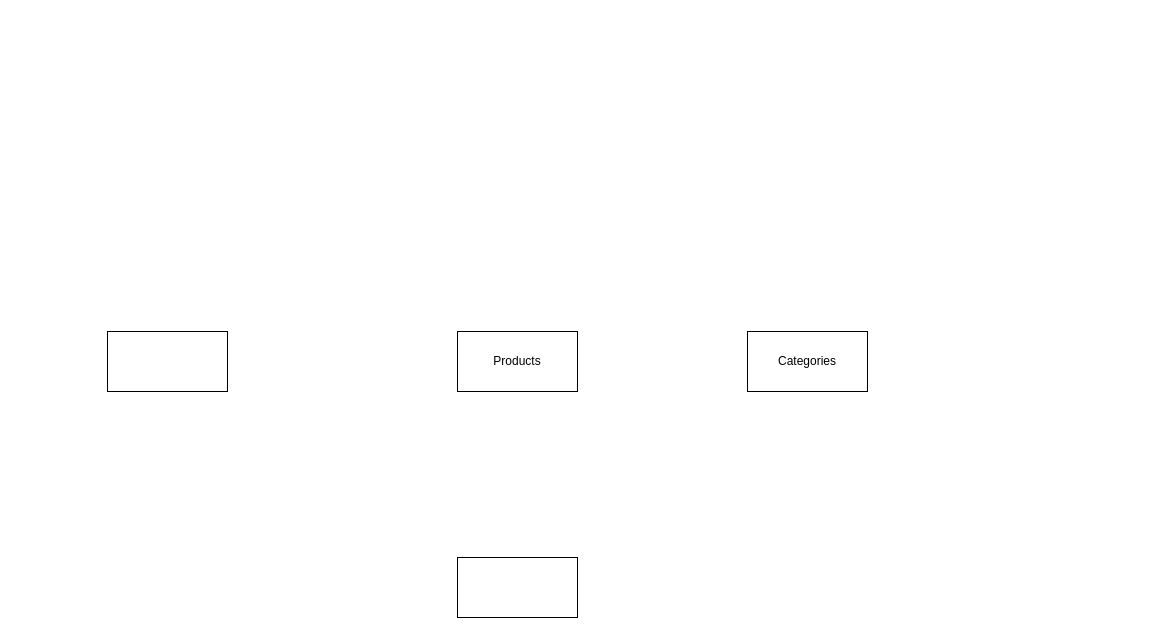
Earlier version of the draw.io diagram Biểu đồ không có tiêu đề.drawio (ngokhoghat/do-an-tot-nghiep-HOU). Source tidied: cells renumbered, new cells numbered last; positions are measured from the earlier drawing's top-left corner, leaving out a move shared by most shapes. Both pictures are drawn from the tidied source at 100%, with x=0, y=0 at pixel (107, 331).
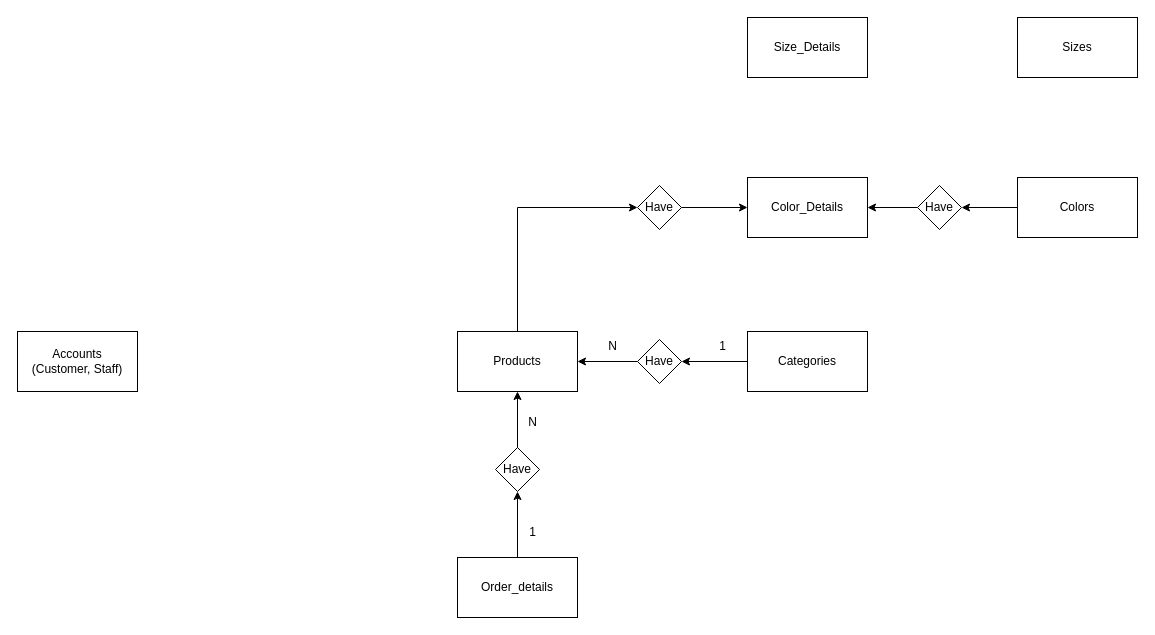
The same diagram, later.

Commit message (it also covers changes not shown here):
Cập nhật Biểu đồ không có tiêu đề.drawio

The change refers to these unchanged cells:
```xml
<mxCell id="2" value="Products" style="rounded=0;whiteSpace=wrap;html=1;" parent="1" vertex="1">
  <mxGeometry x="350" width="120" height="60" as="geometry" />
</mxCell>
<mxCell id="5" value="Categories" style="rounded=0;whiteSpace=wrap;html=1;" parent="1" vertex="1">
  <mxGeometry x="640" width="120" height="60" as="geometry" />
</mxCell>
```

Diff of the diagram source:
```diff
@@
+    <mxCell id="6" style="edgeStyle=orthogonalEdgeStyle;rounded=0;jettySize=auto;html=1;entryX=0;entryY=0.5;entryDx=0;entryDy=0;" parent="1" edge="1" source="2" target="20">
+      <mxGeometry relative="1" as="geometry">
+        <Array as="points">
+          <mxPoint x="410" y="-124" />
+        </Array>
+      </mxGeometry>
+    </mxCell>
@@
+    <mxCell id="7" style="edgeStyle=orthogonalEdgeStyle;rounded=0;jettySize=auto;html=1;entryX=0.5;entryY=1;entryDx=0;entryDy=0;" parent="1" edge="1" source="3" target="12">
+      <mxGeometry relative="1" as="geometry" />
+    </mxCell>
-    <mxCell id="3" style="rounded=0;whiteSpace=wrap;html=1;" parent="1" vertex="1">
+    <mxCell id="3" value="Order_details" style="rounded=0;whiteSpace=wrap;html=1;" parent="1" vertex="1">
       <mxGeometry x="350" y="226" width="120" height="60" as="geometry" />
     </mxCell>
-    <mxCell id="4" style="rounded=0;whiteSpace=wrap;html=1;" parent="1" vertex="1">
-      <mxGeometry width="120" height="60" as="geometry" />
+    <mxCell id="4" value="Accounts&lt;br&gt;(Customer, Staff)" style="rounded=0;whiteSpace=wrap;html=1;" parent="1" vertex="1">
+      <mxGeometry x="-90" width="120" height="60" as="geometry" />
     </mxCell>
+    <mxCell id="8" style="edgeStyle=orthogonalEdgeStyle;rounded=0;jettySize=auto;html=1;entryX=1;entryY=0.5;entryDx=0;entryDy=0;" parent="1" edge="1" source="5" target="10">
+      <mxGeometry relative="1" as="geometry" />
+    </mxCell>
@@
+    <mxCell id="9" style="edgeStyle=orthogonalEdgeStyle;rounded=0;jettySize=auto;html=1;entryX=1;entryY=0.5;entryDx=0;entryDy=0;" parent="1" edge="1" source="10" target="2">
+      <mxGeometry relative="1" as="geometry" />
+    </mxCell>
+    <mxCell id="10" value="Have" style="rhombus;whiteSpace=wrap;html=1;" parent="1" vertex="1">
+      <mxGeometry x="530" y="8" width="44" height="44" as="geometry" />
+    </mxCell>
+    <mxCell id="11" style="edgeStyle=orthogonalEdgeStyle;rounded=0;jettySize=auto;html=1;entryX=0.5;entryY=1;entryDx=0;entryDy=0;" parent="1" edge="1" source="12" target="2">
+      <mxGeometry relative="1" as="geometry" />
+    </mxCell>
+    <mxCell id="12" value="Have" style="rhombus;whiteSpace=wrap;html=1;" parent="1" vertex="1">
+      <mxGeometry x="388" y="116" width="44" height="44" as="geometry" />
+    </mxCell>
+    <mxCell id="13" value="1" style="text;html=1;align=center;verticalAlign=middle;strokeColor=none;fillColor=none;" parent="1" vertex="1">
+      <mxGeometry x="600" width="30" height="30" as="geometry" />
+    </mxCell>
+    <mxCell id="14" value="N" style="text;html=1;align=center;verticalAlign=middle;strokeColor=none;fillColor=none;" parent="1" vertex="1">
+      <mxGeometry x="490" width="30" height="30" as="geometry" />
+    </mxCell>
+    <mxCell id="15" value="1" style="text;html=1;align=center;verticalAlign=middle;strokeColor=none;fillColor=none;" parent="1" vertex="1">
+      <mxGeometry x="410" y="186" width="30" height="30" as="geometry" />
+    </mxCell>
+    <mxCell id="16" value="N" style="text;html=1;align=center;verticalAlign=middle;strokeColor=none;fillColor=none;" parent="1" vertex="1">
+      <mxGeometry x="410" y="76" width="30" height="30" as="geometry" />
+    </mxCell>
+    <mxCell id="17" value="Color_Details" style="rounded=0;whiteSpace=wrap;html=1;" parent="1" vertex="1">
+      <mxGeometry x="640" y="-154" width="120" height="60" as="geometry" />
+    </mxCell>
+    <mxCell id="18" value="Size_Details" style="rounded=0;whiteSpace=wrap;html=1;" parent="1" vertex="1">
+      <mxGeometry x="640" y="-314" width="120" height="60" as="geometry" />
+    </mxCell>
+    <mxCell id="19" style="edgeStyle=orthogonalEdgeStyle;rounded=0;jettySize=auto;html=1;entryX=0;entryY=0.5;entryDx=0;entryDy=0;" parent="1" edge="1" source="20" target="17">
+      <mxGeometry relative="1" as="geometry" />
+    </mxCell>
+    <mxCell id="20" value="Have" style="rhombus;whiteSpace=wrap;html=1;" parent="1" vertex="1">
+      <mxGeometry x="530" y="-146" width="44" height="44" as="geometry" />
+    </mxCell>
+    <mxCell id="21" style="edgeStyle=orthogonalEdgeStyle;rounded=0;jettySize=auto;html=1;entryX=1;entryY=0.5;entryDx=0;entryDy=0;" parent="1" edge="1" source="22" target="24">
+      <mxGeometry relative="1" as="geometry" />
+    </mxCell>
+    <mxCell id="22" value="Colors" style="rounded=0;whiteSpace=wrap;html=1;" parent="1" vertex="1">
+      <mxGeometry x="910" y="-154" width="120" height="60" as="geometry" />
+    </mxCell>
+    <mxCell id="23" style="edgeStyle=orthogonalEdgeStyle;rounded=0;jettySize=auto;html=1;entryX=1;entryY=0.5;entryDx=0;entryDy=0;" parent="1" edge="1" source="24" target="17">
+      <mxGeometry relative="1" as="geometry" />
+    </mxCell>
+    <mxCell id="24" value="Have" style="rhombus;whiteSpace=wrap;html=1;" parent="1" vertex="1">
+      <mxGeometry x="810" y="-146" width="44" height="44" as="geometry" />
+    </mxCell>
+    <mxCell id="25" value="Sizes" style="rounded=0;whiteSpace=wrap;html=1;" parent="1" vertex="1">
+      <mxGeometry x="910" y="-314" width="120" height="60" as="geometry" />
+    </mxCell>
```
